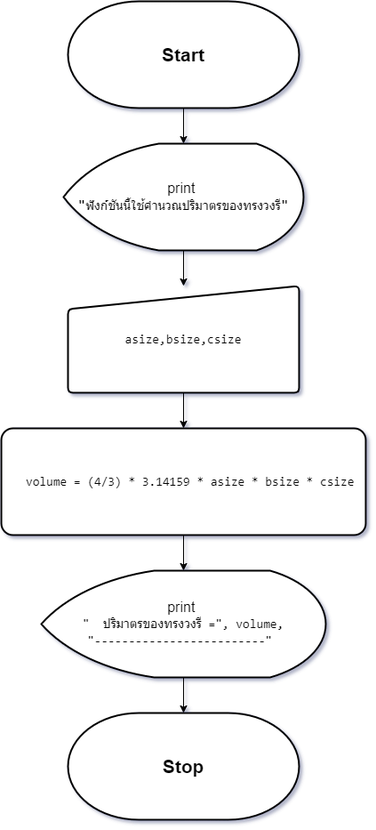
TeaplusSsuwan/Geometric_computation keeps this draw.io diagram as asset/F_png_file/sp_9.drawio.png. Above is the earlier version. Source tidied: cells renumbered, new cells last; positions are measured from the earlier drawing's top-left corner, leaving out a move shared by most shapes.
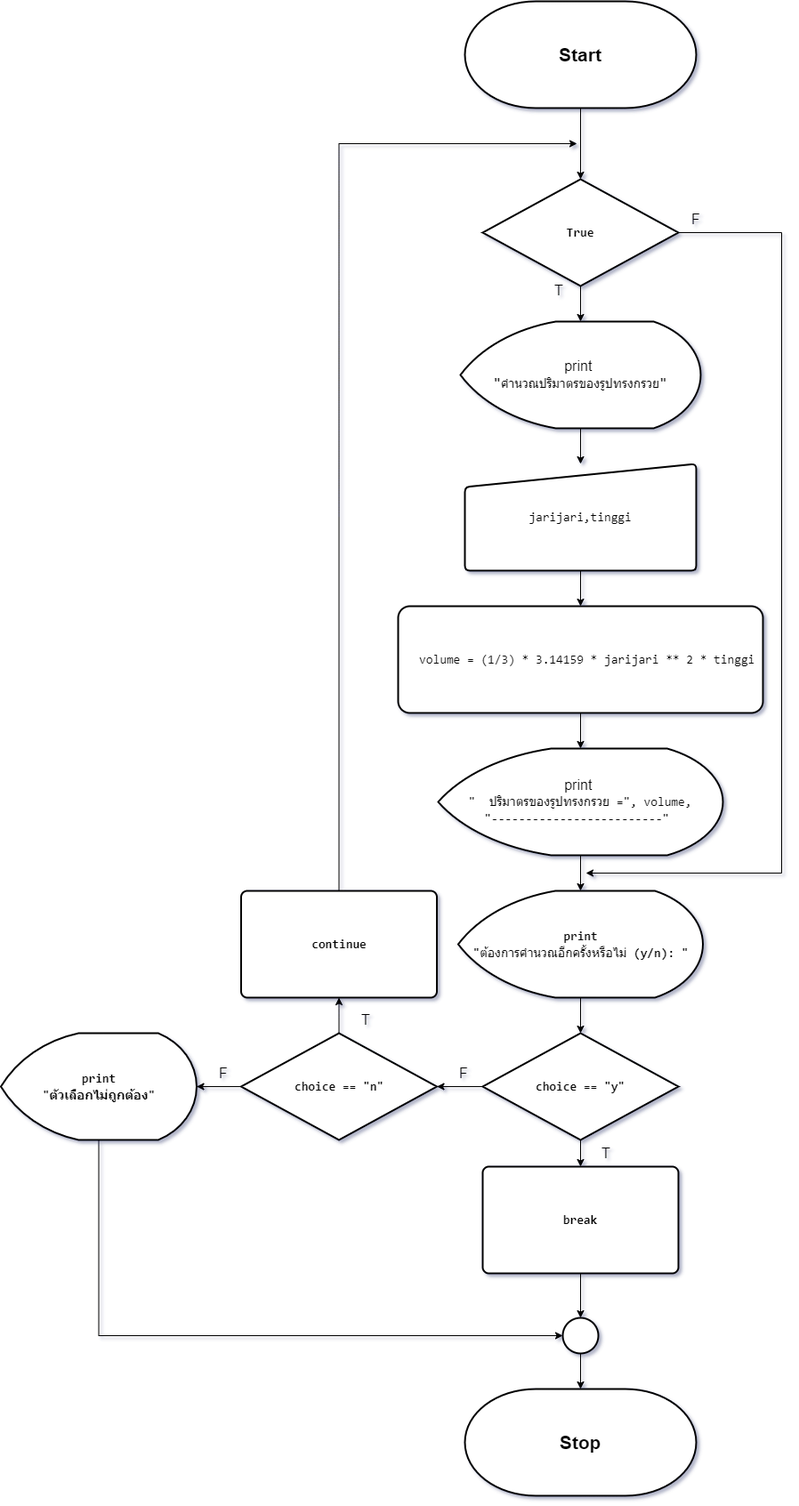
Above is the later version.

Diff of the diagram source:
```diff
@@ -2,38 +2,128 @@
   <root>
     <mxCell id="0" />
     <mxCell id="1" parent="0" />
+    <mxCell id="13" style="edgeStyle=orthogonalEdgeStyle;rounded=0;jettySize=auto;html=1;" parent="1" edge="1" source="2" target="16">
+      <mxGeometry relative="1" as="geometry" />
+    </mxCell>
     <mxCell id="2" value="&lt;font style=&quot;font-size: 21px;&quot;&gt;&lt;b&gt;Start&lt;/b&gt;&lt;/font&gt;" style="strokeWidth=2;html=1;shape=mxgraph.flowchart.terminator;whiteSpace=wrap;" parent="1" vertex="1">
-      <mxGeometry x="75" width="260" height="120" as="geometry" />
+      <mxGeometry x="75" y="-200" width="260" height="120" as="geometry" />
     </mxCell>
     <mxCell id="3" style="edgeStyle=orthogonalEdgeStyle;rounded=0;jettySize=auto;html=1;entryX=0.5;entryY=0;entryDx=0;entryDy=0;" parent="1" edge="1" source="4" target="7">
       <mxGeometry relative="1" as="geometry" />
     </mxCell>
-    <mxCell id="4" value="&lt;font style=&quot;font-size: 16px;&quot;&gt;print&amp;nbsp;&lt;/font&gt;&lt;div&gt;&lt;span style=&quot;font-family: Consolas, &amp;quot;Courier New&amp;quot;, monospace; white-space: pre;&quot;&gt;&lt;font style=&quot;font-size: 16px;&quot;&gt;&quot;&lt;/font&gt;&lt;/span&gt;&lt;span style=&quot;font-family: Consolas, &amp;quot;Courier New&amp;quot;, monospace; font-size: 14px; white-space: pre;&quot;&gt;ฟังก์ชันนี้ใช้คำนวณปริมาตรของทรงวงรี&lt;/span&gt;&lt;span style=&quot;font-family: Consolas, &amp;quot;Courier New&amp;quot;, monospace; font-size: 16px; white-space: pre;&quot;&gt;&quot;&lt;/span&gt;&lt;br&gt;&lt;/div&gt;" style="strokeWidth=2;html=1;shape=mxgraph.flowchart.display;whiteSpace=wrap;" parent="1" vertex="1">
+    <mxCell id="4" value="&lt;font style=&quot;font-size: 16px;&quot;&gt;print&amp;nbsp;&lt;/font&gt;&lt;div&gt;&lt;span style=&quot;font-family: Consolas, &amp;quot;Courier New&amp;quot;, monospace; white-space: pre;&quot;&gt;&lt;font style=&quot;font-size: 16px;&quot;&gt;&quot;&lt;/font&gt;&lt;/span&gt;&lt;span style=&quot;font-family: Consolas, &amp;quot;Courier New&amp;quot;, monospace; font-size: 14px; white-space: pre;&quot;&gt;คำนวณปริมาตรของรูปทรงกรวย&lt;/span&gt;&lt;span style=&quot;font-family: Consolas, &amp;quot;Courier New&amp;quot;, monospace; font-size: 16px; white-space: pre;&quot;&gt;&quot;&lt;/span&gt;&lt;br&gt;&lt;/div&gt;" style="strokeWidth=2;html=1;shape=mxgraph.flowchart.display;whiteSpace=wrap;" parent="1" vertex="1">
       <mxGeometry x="70" y="160" width="270" height="120" as="geometry" />
     </mxCell>
-    <mxCell id="5" style="edgeStyle=orthogonalEdgeStyle;rounded=0;jettySize=auto;html=1;entryX=0.5;entryY=0;entryDx=0;entryDy=0;entryPerimeter=0;" parent="1" edge="1" source="2" target="4">
-      <mxGeometry relative="1" as="geometry" />
-    </mxCell>
     <mxCell id="6" style="edgeStyle=orthogonalEdgeStyle;rounded=0;jettySize=auto;html=1;" parent="1" edge="1" source="7" target="9">
       <mxGeometry relative="1" as="geometry" />
     </mxCell>
-    <mxCell id="7" value="&lt;div style=&quot;font-size: 16px;&quot;&gt;&lt;div style=&quot;font-family: Consolas, &amp;quot;Courier New&amp;quot;, monospace; font-size: 14px; line-height: 19px; white-space: pre;&quot;&gt;&lt;div style=&quot;line-height: 19px;&quot;&gt;&lt;div style=&quot;line-height: 19px;&quot;&gt;&lt;div style=&quot;line-height: 19px;&quot;&gt;&lt;div style=&quot;line-height: 19px;&quot;&gt;&lt;div style=&quot;line-height: 19px;&quot;&gt;&lt;div style=&quot;line-height: 19px;&quot;&gt;&lt;div style=&quot;line-height: 19px;&quot;&gt;&lt;span style=&quot;background-color: rgb(255, 255, 255);&quot;&gt;asize,bsize,csize&lt;/span&gt;&lt;/div&gt;&lt;/div&gt;&lt;/div&gt;&lt;/div&gt;&lt;/div&gt;&lt;/div&gt;&lt;/div&gt;&lt;/div&gt;&lt;/div&gt;" style="html=1;strokeWidth=2;shape=manualInput;whiteSpace=wrap;rounded=1;size=26;arcSize=11;" parent="1" vertex="1">
+    <mxCell id="7" value="&lt;div style=&quot;font-size: 16px;&quot;&gt;&lt;div style=&quot;font-family: Consolas, &amp;quot;Courier New&amp;quot;, monospace; font-size: 14px; line-height: 19px; white-space: pre;&quot;&gt;&lt;div style=&quot;line-height: 19px;&quot;&gt;&lt;div style=&quot;line-height: 19px;&quot;&gt;&lt;div style=&quot;line-height: 19px;&quot;&gt;&lt;div style=&quot;line-height: 19px;&quot;&gt;&lt;div style=&quot;line-height: 19px;&quot;&gt;&lt;div style=&quot;line-height: 19px;&quot;&gt;&lt;div style=&quot;line-height: 19px;&quot;&gt;&lt;div style=&quot;line-height: 19px;&quot;&gt;&lt;span style=&quot;background-color: rgb(255, 255, 255);&quot;&gt;jarijari,tinggi&lt;/span&gt;&lt;/div&gt;&lt;/div&gt;&lt;/div&gt;&lt;/div&gt;&lt;/div&gt;&lt;/div&gt;&lt;/div&gt;&lt;/div&gt;&lt;/div&gt;&lt;/div&gt;" style="html=1;strokeWidth=2;shape=manualInput;whiteSpace=wrap;rounded=1;size=26;arcSize=11;" parent="1" vertex="1">
       <mxGeometry x="75" y="320" width="260" height="120" as="geometry" />
     </mxCell>
     <mxCell id="8" style="edgeStyle=orthogonalEdgeStyle;rounded=0;jettySize=auto;html=1;" parent="1" edge="1" source="9" target="11">
       <mxGeometry relative="1" as="geometry" />
     </mxCell>
-    <mxCell id="9" value="&lt;div style=&quot;font-family: Consolas, &amp;quot;Courier New&amp;quot;, monospace; font-size: 16px; line-height: 19px; white-space: pre;&quot;&gt;&lt;div style=&quot;font-size: 14px; line-height: 19px;&quot;&gt;&lt;div style=&quot;&quot;&gt;&lt;div style=&quot;line-height: 19px;&quot;&gt;&lt;div style=&quot;&quot;&gt;&lt;div style=&quot;line-height: 19px;&quot;&gt;&lt;div style=&quot;line-height: 19px;&quot;&gt;&lt;div style=&quot;&quot;&gt;&lt;div style=&quot;line-height: 19px;&quot;&gt;&lt;div style=&quot;line-height: 19px;&quot;&gt;&lt;div style=&quot;&quot;&gt;&lt;div style=&quot;line-height: 19px;&quot;&gt;&lt;div style=&quot;line-height: 19px;&quot;&gt;&lt;div style=&quot;&quot;&gt;&amp;nbsp; volume = (4/3) * 3.14159 * asize * bsize * csize&lt;/div&gt;&lt;/div&gt;&lt;/div&gt;&lt;/div&gt;&lt;/div&gt;&lt;/div&gt;&lt;/div&gt;&lt;/div&gt;&lt;/div&gt;&lt;/div&gt;&lt;/div&gt;&lt;/div&gt;&lt;/div&gt;&lt;/div&gt;" style="rounded=1;whiteSpace=wrap;html=1;strokeWidth=2;arcSize=11;" parent="1" vertex="1">
+    <mxCell id="9" value="&lt;div style=&quot;font-family: Consolas, &amp;quot;Courier New&amp;quot;, monospace; font-size: 16px; line-height: 19px; white-space: pre;&quot;&gt;&lt;div style=&quot;font-size: 14px; line-height: 19px;&quot;&gt;&lt;div style=&quot;&quot;&gt;&lt;div style=&quot;line-height: 19px;&quot;&gt;&lt;div style=&quot;&quot;&gt;&lt;div style=&quot;line-height: 19px;&quot;&gt;&lt;div style=&quot;line-height: 19px;&quot;&gt;&lt;div style=&quot;&quot;&gt;&lt;div style=&quot;line-height: 19px;&quot;&gt;&lt;div style=&quot;line-height: 19px;&quot;&gt;&lt;div style=&quot;&quot;&gt;&lt;div style=&quot;line-height: 19px;&quot;&gt;&lt;div style=&quot;line-height: 19px;&quot;&gt;&lt;div style=&quot;&quot;&gt;&lt;div style=&quot;line-height: 19px;&quot;&gt;&lt;div style=&quot;&quot;&gt;&amp;nbsp; volume = (1/3) * 3.14159 * jarijari ** 2 * tinggi&lt;/div&gt;&lt;/div&gt;&lt;/div&gt;&lt;/div&gt;&lt;/div&gt;&lt;/div&gt;&lt;/div&gt;&lt;/div&gt;&lt;/div&gt;&lt;/div&gt;&lt;/div&gt;&lt;/div&gt;&lt;/div&gt;&lt;/div&gt;&lt;/div&gt;&lt;/div&gt;" style="rounded=1;whiteSpace=wrap;html=1;strokeWidth=2;arcSize=11;" parent="1" vertex="1">
       <mxGeometry y="480" width="410" height="120" as="geometry" />
     </mxCell>
-    <mxCell id="10" style="edgeStyle=orthogonalEdgeStyle;rounded=0;jettySize=auto;html=1;" parent="1" edge="1" source="11" target="12">
-      <mxGeometry relative="1" as="geometry" />
-    </mxCell>
+    <mxCell id="14" style="edgeStyle=orthogonalEdgeStyle;rounded=0;jettySize=auto;html=1;" parent="1" edge="1" source="11" target="20">
+      <mxGeometry relative="1" as="geometry" />
+    </mxCell>
-    <mxCell id="11" value="&lt;font style=&quot;font-size: 16px;&quot;&gt;print&amp;nbsp;&lt;/font&gt;&lt;div&gt;&lt;div style=&quot;font-family: Consolas, &amp;quot;Courier New&amp;quot;, monospace; font-size: 14px; line-height: 19px; white-space: pre;&quot;&gt;&quot; &amp;nbsp;ปริมาตรของทรงวงรี =&quot;, volume,&lt;br&gt;&lt;/div&gt;&lt;div style=&quot;font-family: Consolas, &amp;quot;Courier New&amp;quot;, monospace; font-size: 14px; line-height: 19px; white-space: pre;&quot;&gt;&quot;-------------------------&quot; &lt;/div&gt;&lt;/div&gt;" style="strokeWidth=2;html=1;shape=mxgraph.flowchart.display;whiteSpace=wrap;" parent="1" vertex="1">
+    <mxCell id="11" value="&lt;font style=&quot;font-size: 16px;&quot;&gt;print&amp;nbsp;&lt;/font&gt;&lt;div&gt;&lt;div style=&quot;font-family: Consolas, &amp;quot;Courier New&amp;quot;, monospace; font-size: 14px; line-height: 19px; white-space: pre;&quot;&gt;&quot; &amp;nbsp;ปริมาตรของรูปทรงกรวย =&quot;, volume,&lt;br&gt;&lt;/div&gt;&lt;div style=&quot;font-family: Consolas, &amp;quot;Courier New&amp;quot;, monospace; font-size: 14px; line-height: 19px; white-space: pre;&quot;&gt;&quot;-------------------------&quot; &lt;/div&gt;&lt;/div&gt;" style="strokeWidth=2;html=1;shape=mxgraph.flowchart.display;whiteSpace=wrap;" parent="1" vertex="1">
       <mxGeometry x="45" y="640" width="320" height="120" as="geometry" />
     </mxCell>
+    <mxCell id="15" style="edgeStyle=orthogonalEdgeStyle;rounded=0;jettySize=auto;html=1;" parent="1" edge="1" source="16" target="4">
+      <mxGeometry relative="1" as="geometry" />
+    </mxCell>
+    <mxCell id="16" value="&lt;div style=&quot;font-family: Consolas, &amp;quot;Courier New&amp;quot;, monospace; font-size: 14px; line-height: 19px; white-space: pre;&quot;&gt;&lt;span style=&quot;font-size: 14px;&quot;&gt;True&lt;/span&gt;&lt;/div&gt;" style="rhombus;whiteSpace=wrap;html=1;strokeWidth=2;labelBackgroundColor=none;fontColor=default;fontSize=14;fontStyle=1;" parent="1" vertex="1">
+      <mxGeometry x="95" width="220" height="120" as="geometry" />
+    </mxCell>
+    <mxCell id="17" value="T" style="text;html=1;align=center;verticalAlign=middle;whiteSpace=wrap;rounded=0;fontSize=16;" parent="1" vertex="1">
+      <mxGeometry x="151" y="110" width="60" height="30" as="geometry" />
+    </mxCell>
+    <mxCell id="18" value="F" style="text;html=1;align=center;verticalAlign=middle;whiteSpace=wrap;rounded=0;fontSize=16;" parent="1" vertex="1">
+      <mxGeometry x="305" y="30" width="60" height="30" as="geometry" />
+    </mxCell>
     <mxCell id="12" value="&lt;font style=&quot;font-size: 21px;&quot;&gt;&lt;b&gt;Stop&lt;/b&gt;&lt;/font&gt;" style="strokeWidth=2;html=1;shape=mxgraph.flowchart.terminator;whiteSpace=wrap;" parent="1" vertex="1">
-      <mxGeometry x="75" y="800" width="260" height="120" as="geometry" />
+      <mxGeometry x="75" y="1360" width="260" height="120" as="geometry" />
     </mxCell>
+    <mxCell id="19" style="edgeStyle=orthogonalEdgeStyle;rounded=0;jettySize=auto;html=1;labelBackgroundColor=none;fontColor=default;fontSize=14;fontStyle=1;" parent="1" edge="1" source="20" target="23">
+      <mxGeometry relative="1" as="geometry" />
+    </mxCell>
+    <mxCell id="20" value="&lt;div style=&quot;font-family: Consolas, &amp;quot;Courier New&amp;quot;, monospace; font-size: 14px; line-height: 19px; white-space: pre;&quot;&gt;&lt;div style=&quot;line-height: 19px; font-size: 14px;&quot;&gt;&lt;span style=&quot;font-size: 14px;&quot;&gt;print&lt;/span&gt;&lt;/div&gt;&lt;/div&gt;&lt;div style=&quot;font-family: Consolas, &amp;quot;Courier New&amp;quot;, monospace; font-size: 14px; line-height: 19px; white-space: pre;&quot;&gt;&lt;div style=&quot;line-height: 19px; font-size: 14px;&quot;&gt;&lt;span style=&quot;font-size: 14px;&quot;&gt;&quot;&lt;/span&gt;&lt;span style=&quot;font-weight: normal;&quot;&gt;ต้องการคำนวณอีกครั้งหรือไม่&lt;/span&gt;&lt;span style=&quot;background-color: initial;&quot;&gt; (y/n): &quot;&lt;/span&gt;&lt;br&gt;&lt;/div&gt;&lt;/div&gt;" style="strokeWidth=2;html=1;shape=mxgraph.flowchart.display;whiteSpace=wrap;labelBackgroundColor=none;fontColor=default;fontSize=14;fontStyle=1;" parent="1" vertex="1">
+      <mxGeometry x="67.5" y="800" width="275" height="120" as="geometry" />
+    </mxCell>
+    <mxCell id="21" style="edgeStyle=orthogonalEdgeStyle;rounded=0;jettySize=auto;html=1;labelBackgroundColor=none;fontColor=default;fontSize=14;fontStyle=1;" parent="1" edge="1" source="23" target="26">
+      <mxGeometry relative="1" as="geometry" />
+    </mxCell>
+    <mxCell id="22" style="edgeStyle=orthogonalEdgeStyle;rounded=0;jettySize=auto;html=1;labelBackgroundColor=none;fontColor=default;fontSize=14;fontStyle=1;" parent="1" edge="1" source="23" target="30">
+      <mxGeometry relative="1" as="geometry" />
+    </mxCell>
+    <mxCell id="23" value="&lt;div style=&quot;font-family: Consolas, &amp;quot;Courier New&amp;quot;, monospace; font-size: 14px; line-height: 19px; white-space: pre;&quot;&gt;&lt;span style=&quot;font-size: 14px;&quot;&gt;choice &lt;/span&gt;== &lt;span style=&quot;font-size: 14px;&quot;&gt;&quot;y&quot;&lt;/span&gt;&lt;/div&gt;" style="rhombus;whiteSpace=wrap;html=1;strokeWidth=2;labelBackgroundColor=none;fontColor=default;fontSize=14;fontStyle=1;" parent="1" vertex="1">
+      <mxGeometry x="95" y="960" width="220" height="120" as="geometry" />
+    </mxCell>
+    <mxCell id="24" style="edgeStyle=orthogonalEdgeStyle;rounded=0;jettySize=auto;html=1;labelBackgroundColor=none;fontColor=default;fontSize=14;fontStyle=1;" parent="1" edge="1" source="26" target="28">
+      <mxGeometry relative="1" as="geometry" />
+    </mxCell>
+    <mxCell id="25" style="edgeStyle=orthogonalEdgeStyle;rounded=0;jettySize=auto;html=1;labelBackgroundColor=none;fontColor=default;fontSize=14;fontStyle=1;" parent="1" edge="1" source="26" target="32">
+      <mxGeometry relative="1" as="geometry" />
+    </mxCell>
+    <mxCell id="26" value="&lt;div style=&quot;font-family: Consolas, &amp;quot;Courier New&amp;quot;, monospace; font-size: 14px; line-height: 19px; white-space: pre;&quot;&gt;&lt;span style=&quot;font-size: 14px;&quot;&gt;choice &lt;/span&gt;== &lt;span style=&quot;font-size: 14px;&quot;&gt;&quot;&lt;/span&gt;&lt;span style=&quot;font-size: 14px;&quot;&gt;n&lt;/span&gt;&lt;span style=&quot;font-size: 14px;&quot;&gt;&quot;&lt;/span&gt;&lt;br style=&quot;font-size: 14px;&quot;&gt;&lt;/div&gt;" style="rhombus;whiteSpace=wrap;html=1;strokeWidth=2;labelBackgroundColor=none;fontColor=default;fontSize=14;fontStyle=1;" parent="1" vertex="1">
+      <mxGeometry x="-176.5" y="960" width="220" height="120" as="geometry" />
+    </mxCell>
+    <mxCell id="27" style="edgeStyle=orthogonalEdgeStyle;rounded=0;jettySize=auto;html=1;entryX=0;entryY=0.5;entryDx=0;entryDy=0;" parent="1" edge="1" source="28" target="38">
+      <mxGeometry relative="1" as="geometry">
+        <Array as="points">
+          <mxPoint x="-336.5" y="1300" />
+        </Array>
+      </mxGeometry>
+    </mxCell>
+    <mxCell id="28" value="&lt;div style=&quot;font-family: Consolas, &amp;quot;Courier New&amp;quot;, monospace; font-size: 14px; line-height: 19px; white-space: pre;&quot;&gt;&lt;div style=&quot;line-height: 19px; font-size: 14px;&quot;&gt;&lt;span style=&quot;font-size: 14px;&quot;&gt;print&lt;/span&gt;&lt;/div&gt;&lt;/div&gt;&lt;div style=&quot;font-family: Consolas, &amp;quot;Courier New&amp;quot;, monospace; font-size: 14px; line-height: 19px; white-space: pre;&quot;&gt;&lt;span style=&quot;font-size: 14px;&quot;&gt;&quot;&lt;/span&gt;&lt;span style=&quot;font-size: 14px;&quot;&gt;ตัวเลือกไม่ถูกต้อง&lt;/span&gt;&lt;span style=&quot;font-size: 14px;&quot;&gt;&quot;&lt;/span&gt;&lt;br style=&quot;font-size: 14px;&quot;&gt;&lt;/div&gt;" style="strokeWidth=2;html=1;shape=mxgraph.flowchart.display;whiteSpace=wrap;labelBackgroundColor=none;fontColor=default;fontSize=14;fontStyle=1;" parent="1" vertex="1">
+      <mxGeometry x="-446.5" y="960" width="220" height="120" as="geometry" />
+    </mxCell>
+    <mxCell id="29" style="edgeStyle=orthogonalEdgeStyle;rounded=0;jettySize=auto;html=1;" parent="1" edge="1" source="30" target="38">
+      <mxGeometry relative="1" as="geometry" />
+    </mxCell>
+    <mxCell id="30" value="&lt;div style=&quot;font-family: Consolas, &amp;quot;Courier New&amp;quot;, monospace; font-size: 14px; line-height: 19px; white-space: pre;&quot;&gt;&lt;span style=&quot;font-size: 14px;&quot;&gt;break&lt;/span&gt;&lt;/div&gt;" style="rounded=1;whiteSpace=wrap;html=1;absoluteArcSize=1;arcSize=14;strokeWidth=2;labelBackgroundColor=none;fontColor=default;fontSize=14;fontStyle=1;" parent="1" vertex="1">
+      <mxGeometry x="95" y="1110" width="220" height="120" as="geometry" />
+    </mxCell>
+    <mxCell id="31" style="edgeStyle=orthogonalEdgeStyle;rounded=0;jettySize=auto;html=1;" parent="1" edge="1" source="32">
+      <mxGeometry relative="1" as="geometry">
+        <mxPoint x="201" y="-40" as="targetPoint" />
+        <Array as="points">
+          <mxPoint x="-66" y="-40" />
+        </Array>
+      </mxGeometry>
+    </mxCell>
+    <mxCell id="32" value="&lt;div style=&quot;font-family: Consolas, &amp;quot;Courier New&amp;quot;, monospace; font-size: 14px; line-height: 19px; white-space: pre;&quot;&gt;&lt;div style=&quot;line-height: 19px; font-size: 14px;&quot;&gt;&lt;span style=&quot;font-size: 14px;&quot;&gt;continue&lt;/span&gt;&lt;/div&gt;&lt;/div&gt;" style="rounded=1;whiteSpace=wrap;html=1;absoluteArcSize=1;arcSize=14;strokeWidth=2;labelBackgroundColor=none;fontColor=default;fontSize=14;fontStyle=1;" parent="1" vertex="1">
+      <mxGeometry x="-176.5" y="800" width="220" height="120" as="geometry" />
+    </mxCell>
+    <mxCell id="33" value="T" style="text;html=1;align=center;verticalAlign=middle;whiteSpace=wrap;rounded=0;fontSize=16;" parent="1" vertex="1">
+      <mxGeometry x="203.5" y="1080" width="60" height="30" as="geometry" />
+    </mxCell>
+    <mxCell id="34" value="T" style="text;html=1;align=center;verticalAlign=middle;whiteSpace=wrap;rounded=0;fontSize=16;" parent="1" vertex="1">
+      <mxGeometry x="-66.5" y="930" width="60" height="30" as="geometry" />
+    </mxCell>
+    <mxCell id="35" value="F" style="text;html=1;align=center;verticalAlign=middle;whiteSpace=wrap;rounded=0;fontSize=16;" parent="1" vertex="1">
+      <mxGeometry x="43.5" y="990" width="60" height="30" as="geometry" />
+    </mxCell>
+    <mxCell id="36" value="F" style="text;html=1;align=center;verticalAlign=middle;whiteSpace=wrap;rounded=0;fontSize=16;" parent="1" vertex="1">
+      <mxGeometry x="-226.5" y="990" width="60" height="30" as="geometry" />
+    </mxCell>
+    <mxCell id="37" style="edgeStyle=orthogonalEdgeStyle;rounded=0;jettySize=auto;html=1;" parent="1" edge="1" source="38" target="12">
+      <mxGeometry relative="1" as="geometry" />
+    </mxCell>
+    <mxCell id="38" style="ellipse;whiteSpace=wrap;html=1;strokeWidth=2;labelBackgroundColor=none;fontColor=default;fontSize=14;fontStyle=1;" parent="1" vertex="1">
+      <mxGeometry x="185" y="1280" width="40" height="40" as="geometry" />
+    </mxCell>
+    <mxCell id="39" style="edgeStyle=orthogonalEdgeStyle;rounded=0;jettySize=auto;html=1;" parent="1" edge="1" source="16">
+      <mxGeometry relative="1" as="geometry">
+        <mxPoint x="211" y="780" as="targetPoint" />
+        <Array as="points">
+          <mxPoint x="431" y="60" />
+          <mxPoint x="431" y="780" />
+        </Array>
+      </mxGeometry>
+    </mxCell>
   </root>
 </mxGraphModel>
```
